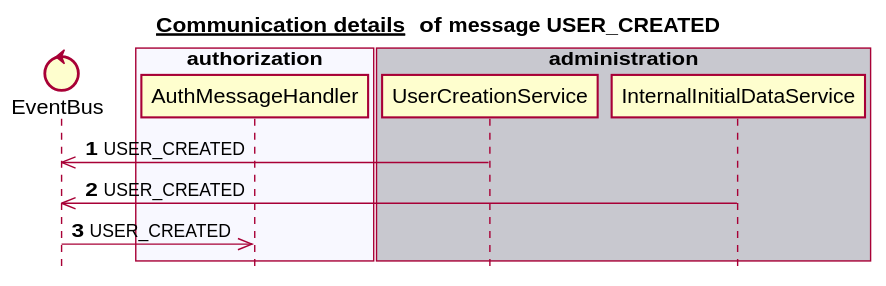
Above: docs/latest/images/gen_domain_messaging_user_created.svg in mercedes-benz/sechub (PlantUML), before the change.
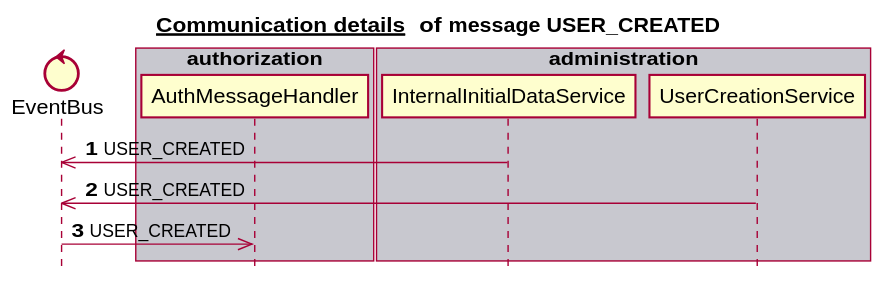
After the commit.

Diff of the diagram source:
```diff
@@ -6,22 +6,22 @@
 
 
 control EventBus
-box "notification" #C8C8CF
-end box
-box "authorization" #F8F8FF
-   participant AuthMessageHandler
-end box
-box "administration" #C8C8CF
-   participant UserCreationService
-   participant InternalInitialDataService
+box "scan" #C8C8CF
 end box
 box "schedule" #F8F8FF
 end box
-box "scan" #C8C8CF
+box "authorization" #C8C8CF
+   participant AuthMessageHandler
+end box
+box "notification" #F8F8FF
+end box
+box "administration" #C8C8CF
+   participant InternalInitialDataService
+   participant UserCreationService
 end box
 autonumber 1
+InternalInitialDataService ->> EventBus:USER_CREATED
 UserCreationService ->> EventBus:USER_CREATED
-InternalInitialDataService ->> EventBus:USER_CREATED
 EventBus ->> AuthMessageHandler:USER_CREATED
 autonumber stop
 
```
